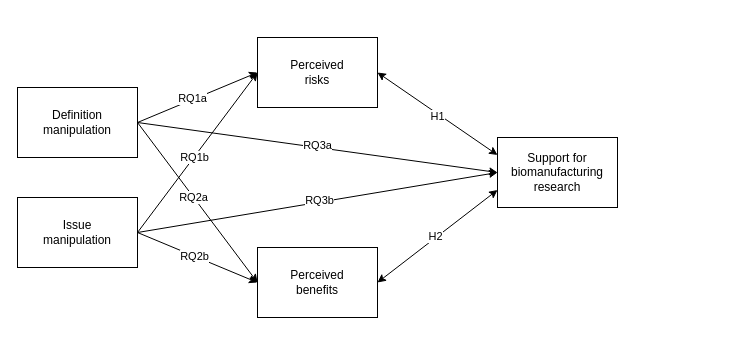
Before: outputs/BioMADE-issue-defn-expt_model.drawio in sarakyeo/biomanufacturing, a draw.io diagram. Source tidied: cells renumbered, new cells numbered last; positions are measured from the earlier drawing's top-left corner, leaving out a move shared by most shapes. Both pictures are drawn from the tidied source at 100%, with x=0, y=0 at pixel (17, 37).
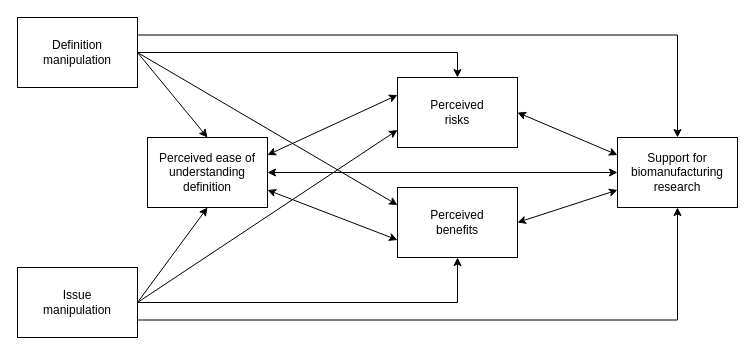
Above is the later version.

The change refers to these unchanged cells:
```xml
<mxCell id="17" style="rounded=0;jettySize=auto;html=1;exitX=1;exitY=0.5;exitDx=0;exitDy=0;entryX=0;entryY=0.25;entryDx=0;entryDy=0;startArrow=classic;startFill=1;" parent="1" edge="1" source="19" target="20">
  <mxGeometry relative="1" as="geometry" />
</mxCell>
<mxCell id="21" style="rounded=0;jettySize=auto;html=1;exitX=1;exitY=0.5;exitDx=0;exitDy=0;entryX=0;entryY=0.75;entryDx=0;entryDy=0;startArrow=classic;startFill=1;" parent="1" edge="1" source="16" target="20">
  <mxGeometry relative="1" as="geometry" />
</mxCell>
```

Diff of the diagram source:
```diff
@@
+    <mxCell id="4" style="rounded=0;jettySize=auto;html=1;exitX=1;exitY=0.5;exitDx=0;exitDy=0;entryX=0.5;entryY=0;entryDx=0;entryDy=0;edgeStyle=orthogonalEdgeStyle;" parent="1" edge="1" source="8" target="19">
+      <mxGeometry relative="1" as="geometry" />
+    </mxCell>
+    <mxCell id="6" style="rounded=0;jettySize=auto;html=1;exitX=1;exitY=0.5;exitDx=0;exitDy=0;entryX=0.5;entryY=0;entryDx=0;entryDy=0;jumpStyle=arc;" parent="1" edge="1" source="8" target="28">
+      <mxGeometry relative="1" as="geometry" />
+    </mxCell>
+    <mxCell id="23" style="rounded=0;jettySize=auto;html=1;entryX=0;entryY=0.25;entryDx=0;entryDy=0;exitX=1;exitY=0.5;exitDx=0;exitDy=0;" parent="1" edge="1" source="8" target="16">
+      <mxGeometry relative="1" as="geometry" />
+    </mxCell>
-    <mxCell id="2" style="rounded=0;jettySize=auto;html=1;exitX=1;exitY=0.5;exitDx=0;exitDy=0;entryX=0;entryY=0.5;entryDx=0;entryDy=0;" parent="1" edge="1" source="8" target="20">
+    <mxCell id="2" style="edgeStyle=orthogonalEdgeStyle;rounded=0;jettySize=auto;html=1;entryX=0.5;entryY=0;entryDx=0;entryDy=0;exitX=1;exitY=0.25;exitDx=0;exitDy=0;" parent="1" edge="1" source="8" target="20">
       <mxGeometry relative="1" as="geometry" />
     </mxCell>
-    <mxCell id="3" value="RQ3a" style="edgeLabel;html=1;align=center;verticalAlign=middle;" parent="2" vertex="1">
-      <mxGeometry x="-0.03" y="2" relative="1" as="geometry">
-        <mxPoint x="5" as="offset" />
-      </mxGeometry>
-    </mxCell>
-    <mxCell id="4" style="rounded=0;jettySize=auto;html=1;exitX=1;exitY=0.5;exitDx=0;exitDy=0;entryX=0;entryY=0.5;entryDx=0;entryDy=0;" parent="1" edge="1" source="8" target="19">
-      <mxGeometry relative="1" as="geometry" />
-    </mxCell>
-    <mxCell id="5" value="RQ1a" style="edgeLabel;html=1;align=center;verticalAlign=middle;" parent="4" vertex="1">
-      <mxGeometry x="-0.07" y="2" relative="1" as="geometry" />
-    </mxCell>
-    <mxCell id="6" style="rounded=0;jettySize=auto;html=1;exitX=1;exitY=0.5;exitDx=0;exitDy=0;entryX=0;entryY=0.5;entryDx=0;entryDy=0;jumpStyle=arc;" parent="1" edge="1" source="8" target="16">
-      <mxGeometry relative="1" as="geometry" />
-    </mxCell>
-    <mxCell id="7" value="RQ2a" style="edgeLabel;html=1;align=center;verticalAlign=middle;" parent="6" vertex="1">
-      <mxGeometry x="-0.09" y="-3" relative="1" as="geometry">
-        <mxPoint x="3" as="offset" />
-      </mxGeometry>
-    </mxCell>
     <mxCell id="8" value="Definition manipulation" style="rounded=0;whiteSpace=wrap;html=1;" parent="1" vertex="1">
-      <mxGeometry y="50" width="120" height="70" as="geometry" />
+      <mxGeometry y="-20" width="120" height="70" as="geometry" />
     </mxCell>
+    <mxCell id="11" style="rounded=0;jettySize=auto;html=1;exitX=1;exitY=0.5;exitDx=0;exitDy=0;entryX=0.5;entryY=1;entryDx=0;entryDy=0;edgeStyle=orthogonalEdgeStyle;" parent="1" edge="1" source="15" target="16">
+      <mxGeometry relative="1" as="geometry" />
+    </mxCell>
+    <mxCell id="13" style="rounded=0;jettySize=auto;html=1;exitX=1;exitY=0.5;exitDx=0;exitDy=0;entryX=0.5;entryY=1;entryDx=0;entryDy=0;jumpStyle=none;" parent="1" edge="1" source="15" target="28">
+      <mxGeometry relative="1" as="geometry" />
+    </mxCell>
+    <mxCell id="24" style="rounded=0;jettySize=auto;html=1;entryX=0;entryY=0.75;entryDx=0;entryDy=0;exitX=1;exitY=0.5;exitDx=0;exitDy=0;" parent="1" edge="1" source="15" target="19">
+      <mxGeometry relative="1" as="geometry" />
+    </mxCell>
-    <mxCell id="9" style="rounded=0;jettySize=auto;html=1;exitX=1;exitY=0.5;exitDx=0;exitDy=0;entryX=0;entryY=0.5;entryDx=0;entryDy=0;jumpStyle=none;" parent="1" edge="1" source="15" target="20">
+    <mxCell id="9" style="edgeStyle=orthogonalEdgeStyle;rounded=0;jettySize=auto;html=1;exitX=1;exitY=0.75;exitDx=0;exitDy=0;entryX=0.5;entryY=1;entryDx=0;entryDy=0;" parent="1" edge="1" source="15" target="20">
       <mxGeometry relative="1" as="geometry" />
     </mxCell>
-    <mxCell id="10" value="RQ3b" style="edgeLabel;html=1;align=center;verticalAlign=middle;" parent="9" vertex="1">
-      <mxGeometry y="-1" relative="1" as="geometry">
-        <mxPoint x="2" y="-4" as="offset" />
-      </mxGeometry>
-    </mxCell>
-    <mxCell id="11" style="rounded=0;jettySize=auto;html=1;exitX=1;exitY=0.5;exitDx=0;exitDy=0;entryX=0;entryY=0.5;entryDx=0;entryDy=0;" parent="1" edge="1" source="15" target="16">
-      <mxGeometry relative="1" as="geometry" />
-    </mxCell>
-    <mxCell id="12" value="RQ2b" style="edgeLabel;html=1;align=center;verticalAlign=middle;" parent="11" vertex="1">
-      <mxGeometry x="-0.08" relative="1" as="geometry">
-        <mxPoint x="1" as="offset" />
-      </mxGeometry>
-    </mxCell>
-    <mxCell id="13" style="rounded=0;jettySize=auto;html=1;exitX=1;exitY=0.5;exitDx=0;exitDy=0;entryX=0;entryY=0.5;entryDx=0;entryDy=0;jumpStyle=none;" parent="1" edge="1" source="15" target="19">
-      <mxGeometry relative="1" as="geometry" />
-    </mxCell>
-    <mxCell id="14" value="RQ1b" style="edgeLabel;html=1;align=center;verticalAlign=middle;" parent="13" vertex="1">
-      <mxGeometry x="-0.21" relative="1" as="geometry">
-        <mxPoint x="9" y="-12" as="offset" />
-      </mxGeometry>
-    </mxCell>
     <mxCell id="15" value="Issue&lt;div&gt;manipulation&lt;/div&gt;" style="rounded=0;whiteSpace=wrap;html=1;" parent="1" vertex="1">
-      <mxGeometry y="160" width="120" height="70" as="geometry" />
+      <mxGeometry y="230" width="120" height="70" as="geometry" />
     </mxCell>
     <mxCell id="16" value="Perceived&lt;div&gt;benefits&lt;/div&gt;" style="rounded=0;whiteSpace=wrap;html=1;" parent="1" vertex="1">
-      <mxGeometry x="240" y="210" width="120" height="70" as="geometry" />
+      <mxGeometry x="380" y="150" width="120" height="70" as="geometry" />
     </mxCell>
@@
-    <mxCell id="18" value="H1" style="edgeLabel;html=1;align=center;verticalAlign=middle;" parent="17" vertex="1">
-      <mxGeometry y="-2" relative="1" as="geometry" />
-    </mxCell>
     <mxCell id="19" value="Perceived&lt;div&gt;risks&lt;/div&gt;" style="rounded=0;whiteSpace=wrap;html=1;" parent="1" vertex="1">
-      <mxGeometry x="240" width="120" height="70" as="geometry" />
+      <mxGeometry x="380" y="40" width="120" height="70" as="geometry" />
     </mxCell>
     <mxCell id="20" value="Support for biomanufacturing research" style="rounded=0;whiteSpace=wrap;html=1;" parent="1" vertex="1">
-      <mxGeometry x="480" y="100" width="120" height="70" as="geometry" />
+      <mxGeometry x="600" y="100" width="120" height="70" as="geometry" />
     </mxCell>
@@
-    <mxCell id="22" value="H2" style="edgeLabel;html=1;align=center;verticalAlign=middle;" parent="21" vertex="1">
-      <mxGeometry x="-0.03" y="2" relative="1" as="geometry">
-        <mxPoint x="1" as="offset" />
-      </mxGeometry>
-    </mxCell>
+    <mxCell id="25" style="rounded=0;jettySize=auto;html=1;exitX=1;exitY=0.25;exitDx=0;exitDy=0;entryX=0;entryY=0.25;entryDx=0;entryDy=0;startArrow=classic;startFill=1;" parent="1" edge="1" source="28" target="19">
+      <mxGeometry relative="1" as="geometry" />
+    </mxCell>
+    <mxCell id="26" style="rounded=0;jettySize=auto;html=1;entryX=0;entryY=0.75;entryDx=0;entryDy=0;exitX=1;exitY=0.75;exitDx=0;exitDy=0;startArrow=classic;startFill=1;" parent="1" edge="1" source="28" target="16">
+      <mxGeometry relative="1" as="geometry" />
+    </mxCell>
+    <mxCell id="27" style="rounded=0;jettySize=auto;html=1;entryX=0;entryY=0.5;entryDx=0;entryDy=0;startArrow=classic;startFill=1;" parent="1" edge="1" source="28" target="20">
+      <mxGeometry relative="1" as="geometry" />
+    </mxCell>
+    <mxCell id="28" value="Perceived ease of understanding definition" style="rounded=0;whiteSpace=wrap;html=1;" parent="1" vertex="1">
+      <mxGeometry x="130" y="100" width="120" height="70" as="geometry" />
+    </mxCell>
```
